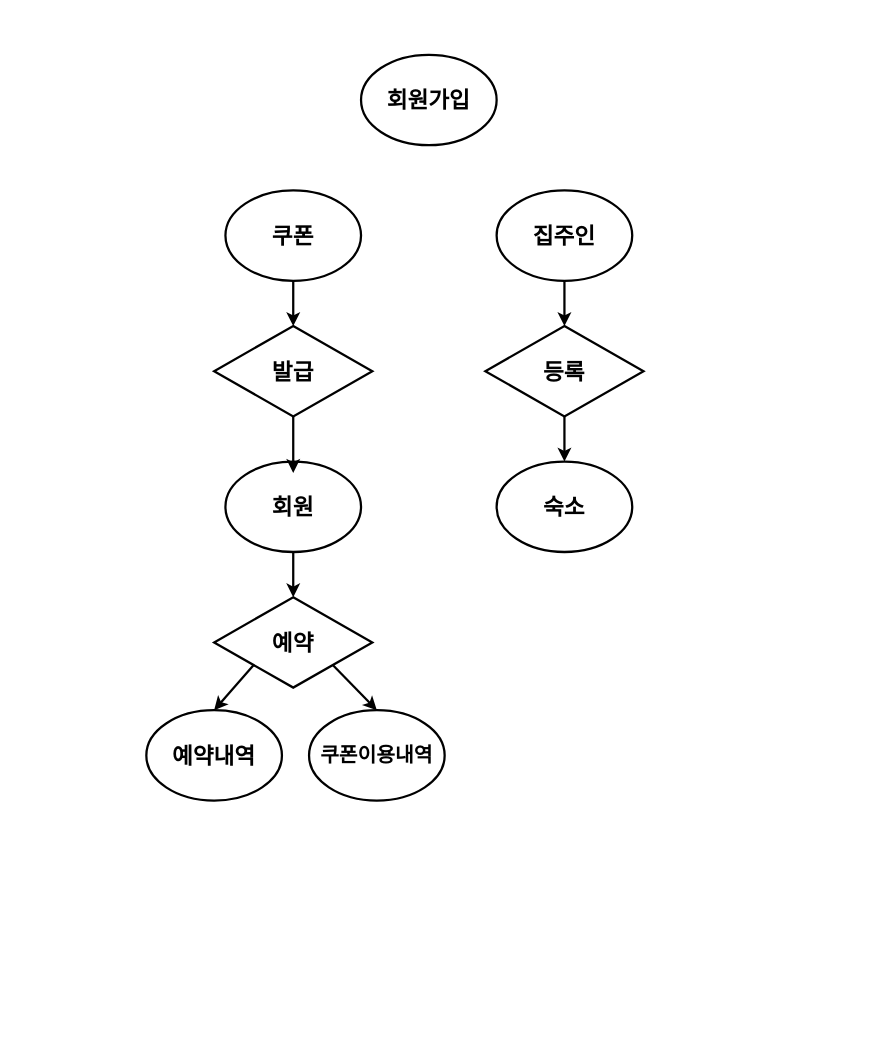
Earlier version of the draw.io diagram 제목 없는 다이어그램.drawio (bibi-boop/test). Source tidied: cells renumbered, new cells numbered last; positions are measured from the earlier drawing's top-left corner, leaving out a move shared by most shapes. Both pictures are drawn from the tidied source at 113%, with x=0, y=0 at pixel (146, 54).
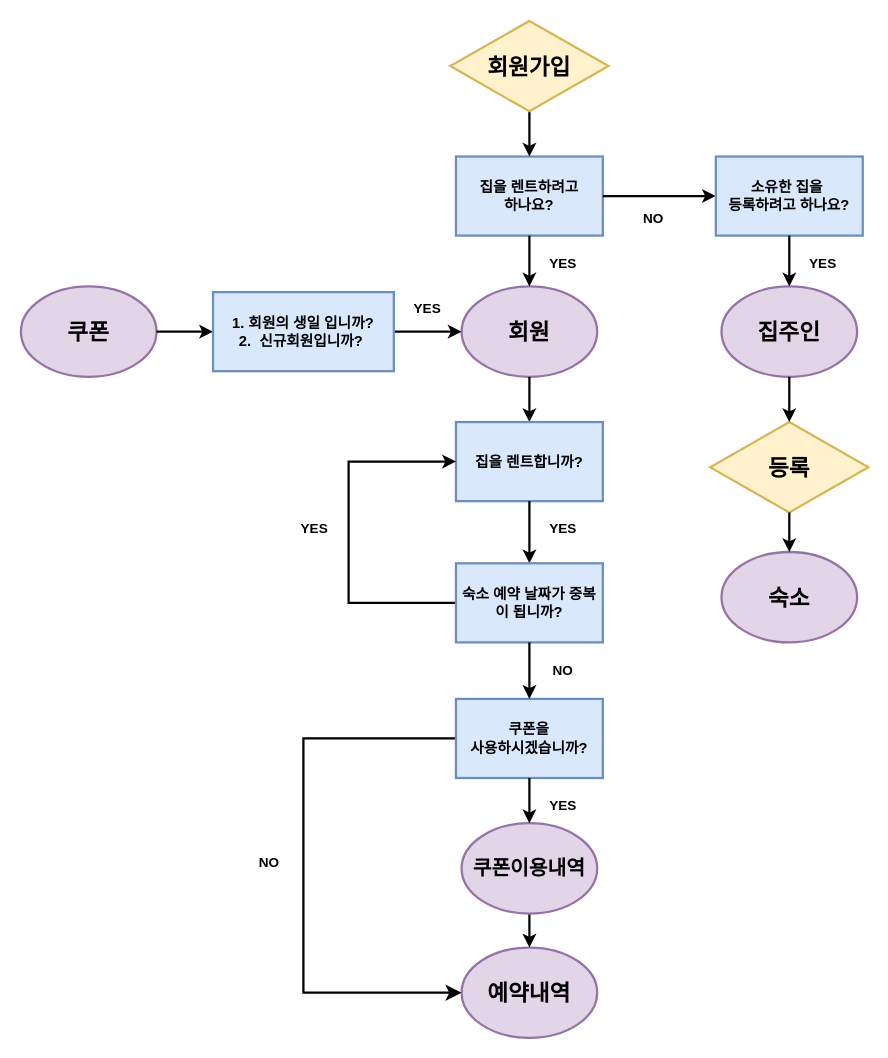
After the change.

Commit message (it also covers changes not shown here):
제목 없는 다이어그램.drawio 업데이트

Diff of the diagram source:
```diff
@@
-    <mxCell id="2" value="집주인" style="ellipse;whiteSpace=wrap;html=1;strokeWidth=2;fontStyle=1;fontSize=20;" parent="1" vertex="1">
-      <mxGeometry x="310" y="120" width="120" height="80" as="geometry" />
+    <mxCell id="2" value="집주인" style="ellipse;whiteSpace=wrap;html=1;strokeWidth=2;fontStyle=1;fontSize=20;fillColor=#e1d5e7;strokeColor=#9673a6;" parent="1" vertex="1">
+      <mxGeometry x="509" y="205" width="120" height="80" as="geometry" />
     </mxCell>
-    <mxCell id="3" value="등록" style="rhombus;whiteSpace=wrap;html=1;strokeWidth=2;fontSize=20;fontStyle=1;" parent="1" vertex="1">
-      <mxGeometry x="300" y="240" width="140" height="80" as="geometry" />
+    <mxCell id="3" value="등록" style="rhombus;whiteSpace=wrap;html=1;strokeWidth=2;fontSize=20;fontStyle=1;fillColor=#fff2cc;strokeColor=#d6b656;" parent="1" vertex="1">
+      <mxGeometry x="499" y="325" width="140" height="80" as="geometry" />
     </mxCell>
@@
-    <mxCell id="5" value="숙소" style="ellipse;whiteSpace=wrap;html=1;strokeWidth=2;fontStyle=1;fontSize=20;" parent="1" vertex="1">
-      <mxGeometry x="310" y="360" width="120" height="80" as="geometry" />
+    <mxCell id="5" value="숙소" style="ellipse;whiteSpace=wrap;html=1;strokeWidth=2;fontStyle=1;fontSize=20;fillColor=#e1d5e7;strokeColor=#9673a6;" parent="1" vertex="1">
+      <mxGeometry x="509" y="440" width="120" height="80" as="geometry" />
     </mxCell>
@@
-    <mxCell id="7" value="회원" style="ellipse;whiteSpace=wrap;html=1;strokeWidth=2;fontStyle=1;fontSize=20;" parent="1" vertex="1">
-      <mxGeometry x="70" y="360" width="120" height="80" as="geometry" />
+    <mxCell id="7" value="회원" style="ellipse;whiteSpace=wrap;html=1;strokeWidth=2;fontStyle=1;fontSize=20;fillColor=#e1d5e7;strokeColor=#9673a6;" parent="1" vertex="1">
+      <mxGeometry x="279" y="205" width="120" height="80" as="geometry" />
     </mxCell>
-    <mxCell id="8" value="예약" style="rhombus;whiteSpace=wrap;html=1;strokeWidth=2;fontSize=20;fontStyle=1;" parent="1" vertex="1">
-      <mxGeometry x="60" y="480" width="140" height="80" as="geometry" />
-    </mxCell>
-    <mxCell id="9" style="endArrow=classic;html=1;rounded=0;entryX=0.5;entryY=0;entryDx=0;entryDy=0;fontStyle=1;strokeWidth=2;exitX=0.5;exitY=1;exitDx=0;exitDy=0;" parent="1" edge="1" source="7" target="8">
-      <mxGeometry relative="1" as="geometry" />
-    </mxCell>
-    <mxCell id="10" style="endArrow=classic;html=1;rounded=0;fontStyle=1;strokeWidth=2;exitX=0;exitY=1;exitDx=0;exitDy=0;entryX=0.5;entryY=0;entryDx=0;entryDy=0;" parent="1" edge="1" source="8" target="11">
+    <mxCell id="10" style="endArrow=classic;html=1;rounded=0;fontStyle=1;strokeWidth=2;exitX=0.5;exitY=1;exitDx=0;exitDy=0;entryX=0.5;entryY=0;entryDx=0;entryDy=0;" parent="1" edge="1" source="7" target="29">
       <mxGeometry relative="1" as="geometry" />
     </mxCell>
-    <mxCell id="11" value="예약내역" style="ellipse;whiteSpace=wrap;html=1;strokeWidth=2;fontStyle=1;fontSize=20;" parent="1" vertex="1">
-      <mxGeometry y="580" width="120" height="80" as="geometry" />
+    <mxCell id="11" value="예약내역" style="ellipse;whiteSpace=wrap;html=1;strokeWidth=2;fontStyle=1;fontSize=20;fillColor=#e1d5e7;strokeColor=#9673a6;" parent="1" vertex="1">
+      <mxGeometry x="279" y="790" width="120" height="80" as="geometry" />
     </mxCell>
-    <mxCell id="12" value="쿠폰" style="ellipse;whiteSpace=wrap;html=1;strokeWidth=2;fontStyle=1;fontSize=20;" parent="1" vertex="1">
-      <mxGeometry x="70" y="120" width="120" height="80" as="geometry" />
+    <mxCell id="12" value="쿠폰" style="ellipse;whiteSpace=wrap;html=1;strokeWidth=2;fontStyle=1;fontSize=20;fillColor=#e1d5e7;strokeColor=#9673a6;" parent="1" vertex="1">
+      <mxGeometry x="-111" y="205" width="120" height="80" as="geometry" />
     </mxCell>
-    <mxCell id="13" value="발급" style="rhombus;whiteSpace=wrap;html=1;strokeWidth=2;fontSize=20;fontStyle=1;" parent="1" vertex="1">
-      <mxGeometry x="60" y="240" width="140" height="80" as="geometry" />
-    </mxCell>
-    <mxCell id="14" style="endArrow=classic;html=1;rounded=0;exitX=0.5;exitY=1;exitDx=0;exitDy=0;fontStyle=1;strokeWidth=2;" parent="1" edge="1" source="12" target="13">
+    <mxCell id="14" style="endArrow=classic;html=1;rounded=0;exitX=1;exitY=0.5;exitDx=0;exitDy=0;fontStyle=1;strokeWidth=2;entryX=0;entryY=0.5;entryDx=0;entryDy=0;" parent="1" edge="1" source="12" target="42">
       <mxGeometry relative="1" as="geometry" />
     </mxCell>
+    <mxCell id="19" style="edgeStyle=orthogonalEdgeStyle;rounded=0;jettySize=auto;html=1;exitX=0.5;exitY=1;exitDx=0;exitDy=0;strokeWidth=2;" parent="1" edge="1" source="15">
+      <mxGeometry relative="1" as="geometry">
+        <mxPoint x="339" y="790" as="targetPoint" />
+      </mxGeometry>
+    </mxCell>
-    <mxCell id="15" value="쿠폰이용내역" style="ellipse;whiteSpace=wrap;html=1;strokeWidth=2;fontStyle=1;fontSize=18;" parent="1" vertex="1">
-      <mxGeometry x="144" y="580" width="120" height="80" as="geometry" />
+    <mxCell id="15" value="쿠폰이용내역" style="ellipse;whiteSpace=wrap;html=1;strokeWidth=2;fontStyle=1;fontSize=18;fillColor=#e1d5e7;strokeColor=#9673a6;" parent="1" vertex="1">
+      <mxGeometry x="279" y="680" width="120" height="80" as="geometry" />
     </mxCell>
-    <mxCell id="16" style="endArrow=classic;html=1;rounded=0;exitX=0.5;exitY=1;exitDx=0;exitDy=0;fontStyle=1;strokeWidth=2;" parent="1" edge="1" source="13">
-      <mxGeometry relative="1" as="geometry">
-        <mxPoint x="130" y="370" as="targetPoint" />
-      </mxGeometry>
+    <mxCell id="16" style="endArrow=classic;html=1;rounded=0;exitX=1;exitY=0.5;exitDx=0;exitDy=0;fontStyle=1;strokeWidth=2;entryX=0;entryY=0.5;entryDx=0;entryDy=0;" parent="1" edge="1" source="42" target="7">
+      <mxGeometry relative="1" as="geometry" />
     </mxCell>
-    <mxCell id="17" style="endArrow=classic;html=1;rounded=0;fontStyle=1;strokeWidth=2;exitX=1;exitY=1;exitDx=0;exitDy=0;entryX=0.5;entryY=0;entryDx=0;entryDy=0;" parent="1" edge="1" source="8" target="15">
-      <mxGeometry relative="1" as="geometry" />
-    </mxCell>
+    <mxCell id="20" value="집을 렌트하려고&lt;div&gt;하나요?&lt;/div&gt;" style="rounded=0;whiteSpace=wrap;html=1;strokeWidth=2;fontStyle=1;fontSize=13;fillColor=#dae8fc;strokeColor=#6c8ebf;" parent="1" vertex="1">
+      <mxGeometry x="274" y="90" width="130" height="70" as="geometry" />
+    </mxCell>
+    <mxCell id="21" style="endArrow=classic;html=1;rounded=0;exitX=0.5;exitY=1;exitDx=0;exitDy=0;entryX=0.5;entryY=0;entryDx=0;entryDy=0;strokeWidth=2;" parent="1" edge="1" target="20">
+      <mxGeometry relative="1" as="geometry">
+        <mxPoint x="339" y="50" as="sourcePoint" />
+      </mxGeometry>
+    </mxCell>
+    <mxCell id="22" style="endArrow=classic;html=1;rounded=0;exitX=0.5;exitY=1;exitDx=0;exitDy=0;entryX=0.5;entryY=0;entryDx=0;entryDy=0;strokeWidth=2;" parent="1" edge="1" source="20" target="7">
+      <mxGeometry relative="1" as="geometry" />
+    </mxCell>
+    <mxCell id="23" value="YES" style="text;html=1;align=center;verticalAlign=middle;whiteSpace=wrap;rounded=0;fontStyle=1;" parent="1" vertex="1">
+      <mxGeometry x="339" y="170" width="60" height="30" as="geometry" />
+    </mxCell>
+    <mxCell id="24" style="endArrow=classic;html=1;rounded=0;exitX=1;exitY=0.5;exitDx=0;exitDy=0;strokeWidth=2;entryX=0;entryY=0.5;entryDx=0;entryDy=0;" parent="1" edge="1" source="20" target="25">
+      <mxGeometry relative="1" as="geometry" />
+    </mxCell>
+    <mxCell id="25" value="소유한 집을&amp;nbsp;&lt;div&gt;등록하려고 하나요?&lt;/div&gt;" style="rounded=0;whiteSpace=wrap;html=1;strokeWidth=2;fontStyle=1;fontSize=13;fillColor=#dae8fc;strokeColor=#6c8ebf;" parent="1" vertex="1">
+      <mxGeometry x="504" y="90" width="130" height="70" as="geometry" />
+    </mxCell>
+    <mxCell id="26" style="endArrow=classic;html=1;rounded=0;exitX=0.5;exitY=1;exitDx=0;exitDy=0;fontStyle=1;strokeWidth=2;entryX=0.5;entryY=0;entryDx=0;entryDy=0;" parent="1" edge="1" source="25" target="2">
+      <mxGeometry relative="1" as="geometry" />
+    </mxCell>
+    <mxCell id="27" value="YES" style="text;html=1;align=center;verticalAlign=middle;whiteSpace=wrap;rounded=0;fontStyle=1;" parent="1" vertex="1">
+      <mxGeometry x="569" y="170" width="60" height="30" as="geometry" />
+    </mxCell>
+    <mxCell id="28" value="NO" style="text;html=1;align=center;verticalAlign=middle;whiteSpace=wrap;rounded=0;fontStyle=1;" parent="1" vertex="1">
+      <mxGeometry x="419" y="130" width="60" height="30" as="geometry" />
+    </mxCell>
+    <mxCell id="29" value="집을 렌트합니까?" style="rounded=0;whiteSpace=wrap;html=1;strokeWidth=2;fontStyle=1;fontSize=13;fillColor=#dae8fc;strokeColor=#6c8ebf;" parent="1" vertex="1">
+      <mxGeometry x="274" y="325" width="130" height="70" as="geometry" />
+    </mxCell>
+    <mxCell id="30" value="YES" style="text;html=1;align=center;verticalAlign=middle;whiteSpace=wrap;rounded=0;fontStyle=1;" parent="1" vertex="1">
+      <mxGeometry x="339" y="650" width="60" height="30" as="geometry" />
+    </mxCell>
+    <mxCell id="31" value="NO" style="text;html=1;align=center;verticalAlign=middle;whiteSpace=wrap;rounded=0;fontStyle=1;" parent="1" vertex="1">
+      <mxGeometry x="79" y="700" width="60" height="30" as="geometry" />
+    </mxCell>
+    <mxCell id="32" style="edgeStyle=segmentEdgeStyle;endArrow=classic;html=1;curved=0;rounded=0;endSize=8;startSize=8;sourcePerimeterSpacing=0;targetPerimeterSpacing=0;entryX=0;entryY=0.5;entryDx=0;entryDy=0;strokeWidth=2;exitX=0;exitY=0.5;exitDx=0;exitDy=0;" parent="1" edge="1" source="35" target="11">
+      <mxGeometry relative="1" as="geometry">
+        <Array as="points">
+          <mxPoint x="139" y="605" />
+          <mxPoint x="139" y="830" />
+        </Array>
+      </mxGeometry>
+    </mxCell>
+    <mxCell id="33" style="endArrow=classic;html=1;rounded=0;fontStyle=1;strokeWidth=2;exitX=0.5;exitY=1;exitDx=0;exitDy=0;" parent="1" edge="1" source="29">
+      <mxGeometry relative="1" as="geometry">
+        <mxPoint x="339" y="450" as="targetPoint" />
+      </mxGeometry>
+    </mxCell>
+    <mxCell id="34" value="YES" style="text;html=1;align=center;verticalAlign=middle;whiteSpace=wrap;rounded=0;fontStyle=1;" parent="1" vertex="1">
+      <mxGeometry x="339" y="405" width="60" height="30" as="geometry" />
+    </mxCell>
-    <mxCell id="18" value="회원가입" style="ellipse;whiteSpace=wrap;html=1;fontSize=20;strokeWidth=2;fontStyle=1;" parent="1" vertex="1">
-      <mxGeometry x="190" width="120" height="80" as="geometry" />
+    <mxCell id="18" value="회원가입" style="rhombus;whiteSpace=wrap;html=1;strokeWidth=2;fontSize=20;fontStyle=1;fillColor=#fff2cc;strokeColor=#d6b656;" parent="1" vertex="1">
+      <mxGeometry x="269" y="-30" width="140" height="80" as="geometry" />
     </mxCell>
+    <mxCell id="35" value="쿠폰을&lt;div&gt;사용하시겠습니까?&lt;/div&gt;" style="rounded=0;whiteSpace=wrap;html=1;strokeWidth=2;fontStyle=1;fontSize=13;fillColor=#dae8fc;strokeColor=#6c8ebf;" parent="1" vertex="1">
+      <mxGeometry x="274" y="570" width="130" height="70" as="geometry" />
+    </mxCell>
+    <mxCell id="36" style="endArrow=classic;html=1;rounded=0;fontStyle=1;strokeWidth=2;exitX=0.5;exitY=1;exitDx=0;exitDy=0;" parent="1" edge="1" source="35">
+      <mxGeometry relative="1" as="geometry">
+        <mxPoint x="339" y="680" as="targetPoint" />
+      </mxGeometry>
+    </mxCell>
+    <mxCell id="37" style="edgeStyle=orthogonalEdgeStyle;rounded=0;jettySize=auto;html=1;exitX=0;exitY=0.5;exitDx=0;exitDy=0;entryX=0;entryY=0.5;entryDx=0;entryDy=0;strokeWidth=2;" parent="1" edge="1" source="38" target="29">
+      <mxGeometry relative="1" as="geometry">
+        <Array as="points">
+          <mxPoint x="179" y="485" />
+          <mxPoint x="179" y="360" />
+        </Array>
+      </mxGeometry>
+    </mxCell>
+    <mxCell id="38" value="숙소 예약 날짜가 중복이 됩니까?" style="rounded=0;whiteSpace=wrap;html=1;strokeWidth=2;fontStyle=1;fontSize=13;fillColor=#dae8fc;strokeColor=#6c8ebf;" parent="1" vertex="1">
+      <mxGeometry x="274" y="450" width="130" height="70" as="geometry" />
+    </mxCell>
+    <mxCell id="39" value="YES" style="text;html=1;align=center;verticalAlign=middle;whiteSpace=wrap;rounded=0;fontStyle=1;" parent="1" vertex="1">
+      <mxGeometry x="119" y="405" width="60" height="30" as="geometry" />
+    </mxCell>
+    <mxCell id="40" style="endArrow=classic;html=1;rounded=0;fontStyle=1;strokeWidth=2;exitX=0.5;exitY=1;exitDx=0;exitDy=0;entryX=0.5;entryY=0;entryDx=0;entryDy=0;" parent="1" edge="1" source="38" target="35">
+      <mxGeometry relative="1" as="geometry" />
+    </mxCell>
+    <mxCell id="41" value="NO" style="text;html=1;align=center;verticalAlign=middle;whiteSpace=wrap;rounded=0;fontStyle=1;" parent="1" vertex="1">
+      <mxGeometry x="339" y="530" width="60" height="30" as="geometry" />
+    </mxCell>
+    <mxCell id="42" value="1. 회원의 생일 입니까?&lt;div&gt;2.&amp;nbsp; 신규회원입니까?&amp;nbsp;&lt;/div&gt;" style="rounded=0;whiteSpace=wrap;html=1;strokeWidth=2;fontStyle=1;fontSize=13;align=center;fillColor=#dae8fc;strokeColor=#6c8ebf;" parent="1" vertex="1">
+      <mxGeometry x="59" y="210" width="160" height="70" as="geometry" />
+    </mxCell>
+    <mxCell id="43" value="YES" style="text;html=1;align=center;verticalAlign=middle;whiteSpace=wrap;rounded=0;fontStyle=1;" parent="1" vertex="1">
+      <mxGeometry x="219" y="210" width="60" height="30" as="geometry" />
+    </mxCell>
```
